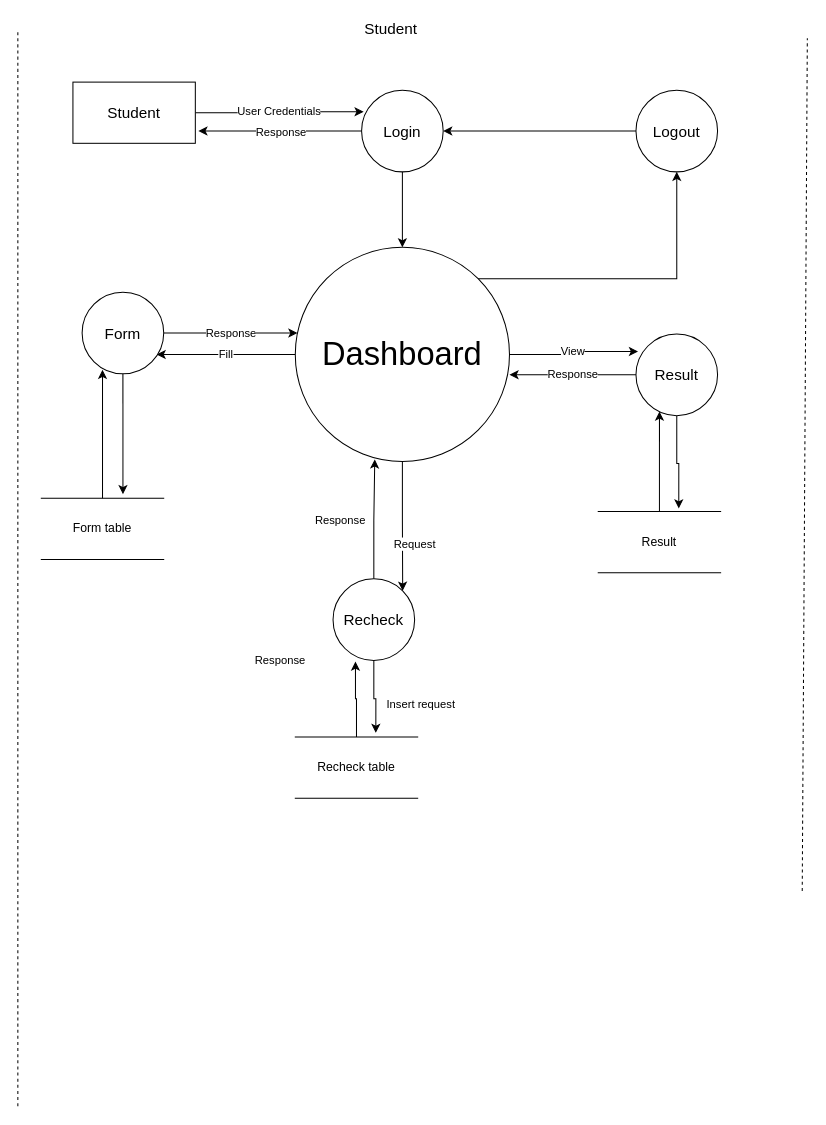
Above: Diagrams/DFD/Student.drawio in MohsinAliSoomro/CES (draw.io), before the change. Source tidied: cells renumbered, new cells numbered last; positions are measured from the earlier drawing's top-left corner, leaving out a move shared by most shapes. Both pictures are drawn from the tidied source at 102%, with x=0, y=0 at pixel (17, 17).
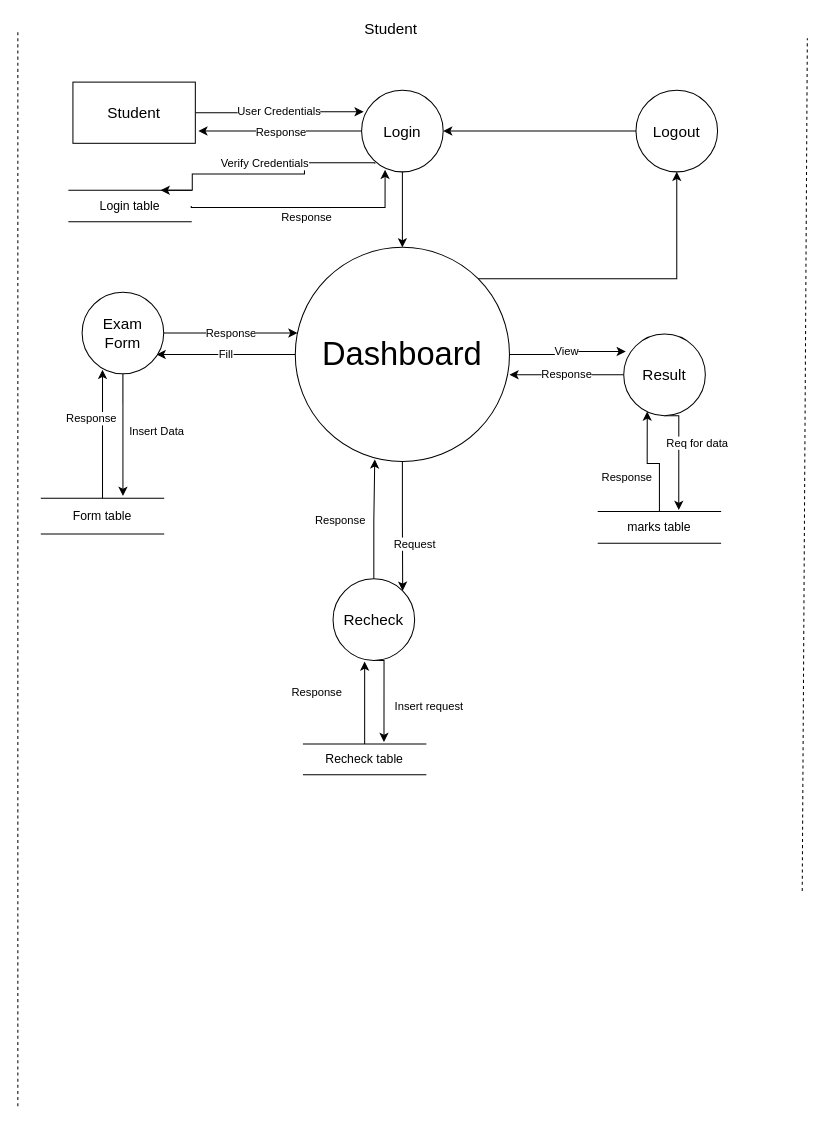
The same diagram, later.

The change refers to these unchanged cells:
```xml
<mxCell id="6" value="&lt;font style=&quot;font-size: 15px&quot;&gt;Login&lt;/font&gt;" style="ellipse;whiteSpace=wrap;html=1;" parent="1" vertex="1">
  <mxGeometry x="337" y="71" width="80" height="80" as="geometry" />
</mxCell>
<mxCell id="28" value="&lt;font style=&quot;font-size: 15px&quot;&gt;Recheck&lt;/font&gt;" style="ellipse;whiteSpace=wrap;html=1;" parent="1" vertex="1">
  <mxGeometry x="309" y="550" width="80" height="80" as="geometry" />
</mxCell>
```

Change to the diagram source:
```diff
@@
-    <mxCell id="17" style="edgeStyle=orthogonalEdgeStyle;rounded=0;jettySize=auto;html=1;exitX=0.5;exitY=1;exitDx=0;exitDy=0;entryX=0.667;entryY=-0.067;entryDx=0;entryDy=0;entryPerimeter=0;" parent="1" edge="1" source="18" target="20">
-      <mxGeometry relative="1" as="geometry" />
+    <mxCell id="17" value="Insert Data" style="edgeStyle=orthogonalEdgeStyle;rounded=0;jettySize=auto;html=1;exitX=0.5;exitY=1;exitDx=0;exitDy=0;entryX=0.667;entryY=-0.067;entryDx=0;entryDy=0;entryPerimeter=0;" parent="1" edge="1" source="18" target="20">
+      <mxGeometry x="-0.06" y="33" relative="1" as="geometry" />
     </mxCell>
-    <mxCell id="18" value="&lt;font style=&quot;font-size: 15px&quot;&gt;Form&lt;/font&gt;" style="ellipse;whiteSpace=wrap;html=1;" parent="1" vertex="1">
+    <mxCell id="18" value="&lt;font style=&quot;font-size: 15px&quot;&gt;Exam&lt;br&gt;Form&lt;br&gt;&lt;/font&gt;" style="ellipse;whiteSpace=wrap;html=1;" parent="1" vertex="1">
       <mxGeometry x="63" y="269" width="80" height="80" as="geometry" />
     </mxCell>
-    <mxCell id="19" style="edgeStyle=orthogonalEdgeStyle;rounded=0;jettySize=auto;html=1;exitX=0.5;exitY=0;exitDx=0;exitDy=0;entryX=0.25;entryY=0.95;entryDx=0;entryDy=0;entryPerimeter=0;" parent="1" edge="1" source="20" target="18">
-      <mxGeometry relative="1" as="geometry" />
+    <mxCell id="19" value="Response" style="edgeStyle=orthogonalEdgeStyle;rounded=0;jettySize=auto;html=1;exitX=0.5;exitY=0;exitDx=0;exitDy=0;entryX=0.25;entryY=0.95;entryDx=0;entryDy=0;entryPerimeter=0;" parent="1" edge="1" source="20" target="18">
+      <mxGeometry x="0.24" y="11" relative="1" as="geometry" />
     </mxCell>
     <mxCell id="20" value="Form table" style="shape=partialRectangle;whiteSpace=wrap;html=1;left=0;right=0;fillColor=none;" parent="1" vertex="1">
-      <mxGeometry x="23" y="471" width="120" height="60" as="geometry" />
+      <mxGeometry x="23" y="471" width="120" height="35" as="geometry" />
     </mxCell>
@@
-    <mxCell id="22" style="edgeStyle=orthogonalEdgeStyle;rounded=0;jettySize=auto;html=1;exitX=0.5;exitY=1;exitDx=0;exitDy=0;entryX=0.658;entryY=-0.05;entryDx=0;entryDy=0;entryPerimeter=0;" parent="1" edge="1" source="23" target="25">
-      <mxGeometry relative="1" as="geometry" />
+    <mxCell id="22" value="Req for data" style="edgeStyle=orthogonalEdgeStyle;rounded=0;jettySize=auto;html=1;exitX=0.5;exitY=1;exitDx=0;exitDy=0;entryX=0.658;entryY=-0.05;entryDx=0;entryDy=0;entryPerimeter=0;" parent="1" edge="1" source="23" target="25">
+      <mxGeometry x="-0.23" y="18" relative="1" as="geometry">
+        <Array as="points">
+          <mxPoint x="648" y="390" />
+        </Array>
+      </mxGeometry>
     </mxCell>
     <mxCell id="23" value="&lt;span style=&quot;font-size: 15px&quot;&gt;Result&lt;/span&gt;" style="ellipse;whiteSpace=wrap;html=1;" parent="1" vertex="1">
-      <mxGeometry x="606" y="310" width="80" height="80" as="geometry" />
+      <mxGeometry x="594" y="310" width="80" height="80" as="geometry" />
     </mxCell>
-    <mxCell id="24" style="edgeStyle=orthogonalEdgeStyle;rounded=0;jettySize=auto;html=1;exitX=0.5;exitY=0;exitDx=0;exitDy=0;entryX=0.288;entryY=0.95;entryDx=0;entryDy=0;entryPerimeter=0;" parent="1" edge="1" source="25" target="23">
-      <mxGeometry relative="1" as="geometry" />
+    <mxCell id="24" value="Response" style="edgeStyle=orthogonalEdgeStyle;rounded=0;jettySize=auto;html=1;exitX=0.5;exitY=0;exitDx=0;exitDy=0;entryX=0.288;entryY=0.95;entryDx=0;entryDy=0;entryPerimeter=0;" parent="1" edge="1" source="25" target="23">
+      <mxGeometry x="0.07" y="24" relative="1" as="geometry">
+        <Array as="points">
+          <mxPoint x="629" y="437" />
+          <mxPoint x="617" y="437" />
+        </Array>
+        <mxPoint x="4" y="14" as="offset" />
+      </mxGeometry>
     </mxCell>
-    <mxCell id="25" value="Result" style="shape=partialRectangle;whiteSpace=wrap;html=1;left=0;right=0;fillColor=none;" parent="1" vertex="1">
-      <mxGeometry x="569" y="484" width="120" height="60" as="geometry" />
+    <mxCell id="25" value="marks table" style="shape=partialRectangle;whiteSpace=wrap;html=1;left=0;right=0;fillColor=none;" parent="1" vertex="1">
+      <mxGeometry x="569" y="484" width="120" height="31" as="geometry" />
     </mxCell>
@@
     <mxCell id="27" value="Insert request" style="edgeStyle=orthogonalEdgeStyle;rounded=0;jettySize=auto;html=1;exitX=0.5;exitY=1;exitDx=0;exitDy=0;entryX=0.658;entryY=-0.067;entryDx=0;entryDy=0;entryPerimeter=0;" parent="1" edge="1" source="28" target="30">
-      <mxGeometry x="0.23" y="44" relative="1" as="geometry" />
+      <mxGeometry x="0.23" y="44" relative="1" as="geometry">
+        <Array as="points">
+          <mxPoint x="359" y="630" />
+        </Array>
+      </mxGeometry>
     </mxCell>
@@
-    <mxCell id="29" value="Response" style="edgeStyle=orthogonalEdgeStyle;rounded=0;jettySize=auto;html=1;exitX=0.5;exitY=0;exitDx=0;exitDy=0;entryX=0.275;entryY=1.013;entryDx=0;entryDy=0;entryPerimeter=0;" parent="1" edge="1" source="30" target="28">
-      <mxGeometry x="0.03" y="37" relative="1" as="geometry">
-        <mxPoint x="-37" y="-37" as="offset" />
+    <mxCell id="29" value="Response" style="edgeStyle=orthogonalEdgeStyle;rounded=0;jettySize=auto;html=1;exitX=0.5;exitY=0;exitDx=0;exitDy=0;" parent="1" edge="1" source="30">
+      <mxGeometry x="0.73" y="51" relative="1" as="geometry">
+        <mxPoint x="340" y="631" as="targetPoint" />
+        <Array as="points">
+          <mxPoint x="340" y="642" />
+        </Array>
+        <mxPoint x="4" y="19" as="offset" />
       </mxGeometry>
     </mxCell>
     <mxCell id="30" value="Recheck table" style="shape=partialRectangle;whiteSpace=wrap;html=1;left=0;right=0;fillColor=none;" parent="1" vertex="1">
-      <mxGeometry x="272" y="705" width="120" height="60" as="geometry" />
+      <mxGeometry x="280" y="712" width="120" height="30" as="geometry" />
     </mxCell>
@@
+    <mxCell id="32" value="Verify Credentials" style="edgeStyle=orthogonalEdgeStyle;rounded=0;jettySize=auto;html=1;entryX=0.75;entryY=0;entryDx=0;entryDy=0;exitX=0.038;exitY=0.713;exitDx=0;exitDy=0;exitPerimeter=0;" parent="1" edge="1" target="34">
+      <mxGeometry x="0.01" y="-10" relative="1" as="geometry">
+        <mxPoint x="350" y="143" as="sourcePoint" />
+        <Array as="points">
+          <mxPoint x="350" y="142" />
+          <mxPoint x="281" y="142" />
+          <mxPoint x="281" y="153" />
+          <mxPoint x="171" y="153" />
+          <mxPoint x="171" y="169" />
+        </Array>
+      </mxGeometry>
+    </mxCell>
+    <mxCell id="33" value="Response" style="edgeStyle=orthogonalEdgeStyle;rounded=0;jettySize=auto;html=1;exitX=1;exitY=0.5;exitDx=0;exitDy=0;entryX=0.288;entryY=0.975;entryDx=0;entryDy=0;entryPerimeter=0;" parent="1" edge="1" source="34" target="6">
+      <mxGeometry y="-10" relative="1" as="geometry">
+        <Array as="points">
+          <mxPoint x="170" y="186" />
+          <mxPoint x="360" y="186" />
+        </Array>
+      </mxGeometry>
+    </mxCell>
+    <mxCell id="34" value="Login table" style="shape=partialRectangle;whiteSpace=wrap;html=1;left=0;right=0;fillColor=none;" parent="1" vertex="1">
+      <mxGeometry x="50" y="169" width="120" height="31" as="geometry" />
+    </mxCell>
```
